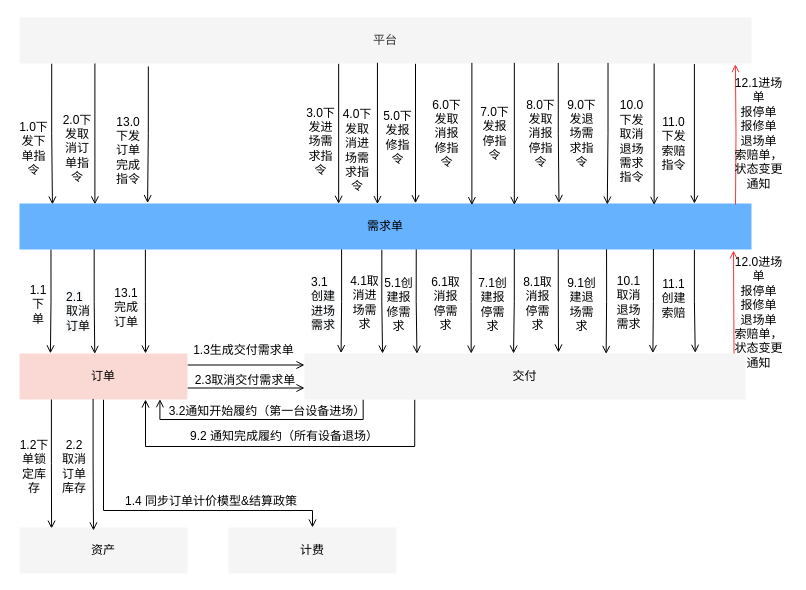
lokiworks/codebase keeps this draw.io diagram as page "Copy of Page-29" (33 of 36) of docs/自营重构.drawio. Above is the earlier version. Source tidied: cells renumbered, new cells numbered last; positions are measured from the earlier drawing's top-left corner, leaving out a move shared by most shapes. Both pictures are drawn from the tidied source at 100%, with x=0, y=0 at pixel (17, 17).
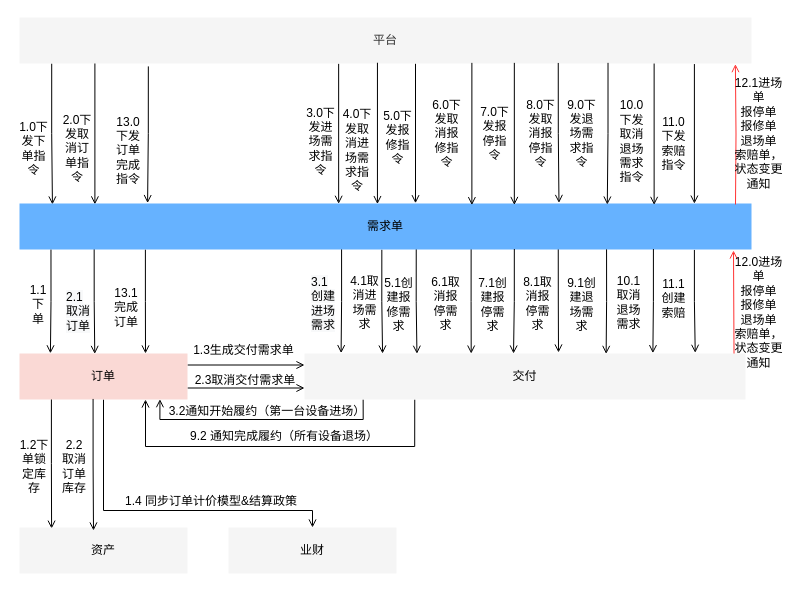
The same page after the edit.

Diff of the diagram source:
```diff
@@
-    <mxCell id="72" value="&lt;font color=&quot;#000000&quot;&gt;计费&lt;/font&gt;" style="rounded=0;whiteSpace=wrap;html=1;strokeColor=none;fillColor=#f5f5f5;fontColor=#333333;" parent="1" vertex="1">
+    <mxCell id="72" value="&lt;font color=&quot;#000000&quot;&gt;业财&lt;/font&gt;" style="rounded=0;whiteSpace=wrap;html=1;strokeColor=none;fillColor=#f5f5f5;fontColor=#333333;" parent="1" vertex="1">
       <mxGeometry x="211" y="510" width="168" height="46" as="geometry" />
     </mxCell>
```
